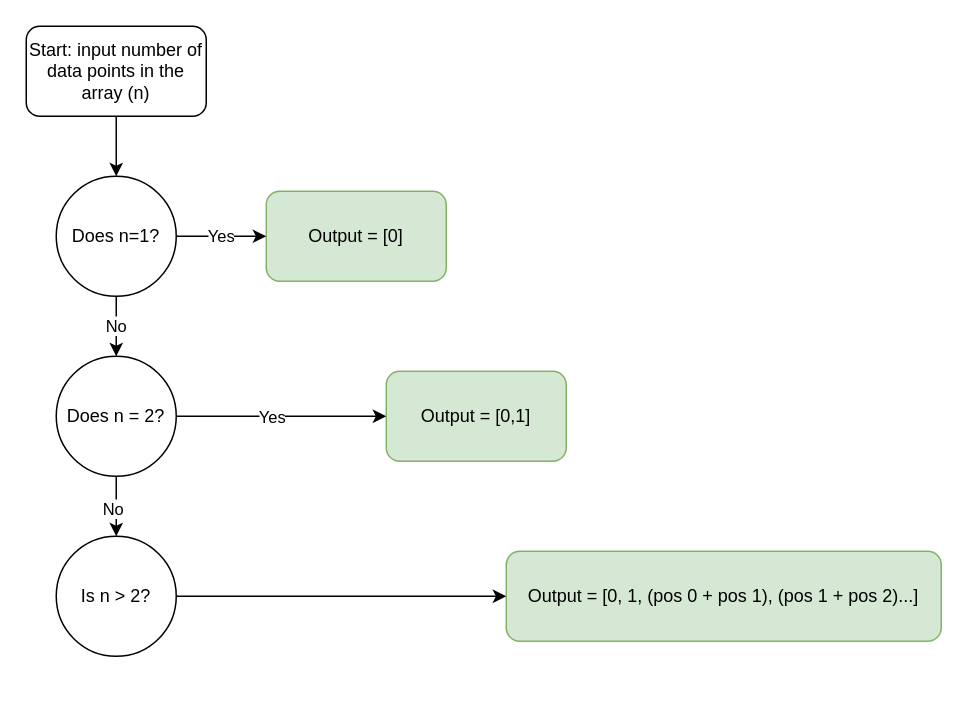
Before: Untitled Diagram.drawio in saralutes/Web_Development_2022_Bootcamp_Lessons, a draw.io diagram. Source tidied: cells renumbered, new cells numbered last; positions are measured from the earlier drawing's top-left corner, leaving out a move shared by most shapes. Both pictures are drawn from the tidied source at 150%, with x=0, y=0 at pixel (26, 26).
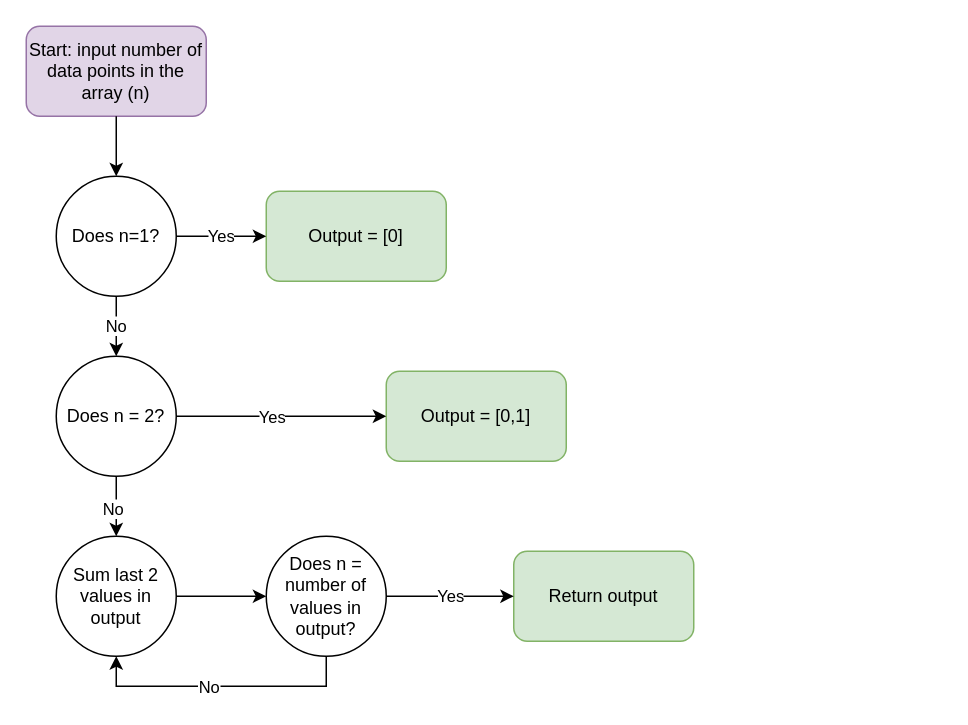
After the change.

What changed in the source:
```diff
@@
-    <mxCell id="2" value="Start: input number of data points in the array (n)" style="rounded=1;whiteSpace=wrap;html=1;" parent="1" vertex="1">
+    <mxCell id="2" value="Start: input number of data points in the array (n)" style="rounded=1;whiteSpace=wrap;html=1;fillColor=#e1d5e7;strokeColor=#9673a6;" parent="1" vertex="1">
       <mxGeometry width="120" height="60" as="geometry" />
     </mxCell>
@@
-    <mxCell id="12" value="Is n &amp;gt; 2?" style="ellipse;whiteSpace=wrap;html=1;" parent="1" vertex="1">
+    <mxCell id="12" value="Sum last 2 values in output" style="ellipse;whiteSpace=wrap;html=1;" parent="1" vertex="1">
       <mxGeometry x="20" y="340" width="80" height="80" as="geometry" />
     </mxCell>
@@
-    <mxCell id="15" value="Output = [0, 1, (pos 0 + pos 1), (pos 1 + pos 2)...]" style="rounded=1;whiteSpace=wrap;html=1;fillColor=#d5e8d4;strokeColor=#82b366;" parent="1" vertex="1">
-      <mxGeometry x="320" y="350" width="290" height="60" as="geometry" />
-    </mxCell>
-    <mxCell id="16" style="endArrow=classic;html=1;rounded=0;exitX=1;exitY=0.5;exitDx=0;exitDy=0;entryX=0;entryY=0.5;entryDx=0;entryDy=0;" parent="1" edge="1" source="12" target="15">
-      <mxGeometry relative="1" as="geometry" />
-    </mxCell>
+    <mxCell id="17" style="edgeStyle=orthogonalEdgeStyle;rounded=0;jettySize=auto;html=1;exitX=0.5;exitY=1;exitDx=0;exitDy=0;entryX=0.5;entryY=1;entryDx=0;entryDy=0;" parent="1" edge="1" source="19" target="12">
+      <mxGeometry relative="1" as="geometry" />
+    </mxCell>
+    <mxCell id="18" value="No" style="edgeLabel;html=1;align=center;verticalAlign=middle;" parent="17" vertex="1">
+      <mxGeometry x="0.1" relative="1" as="geometry" />
+    </mxCell>
+    <mxCell id="19" value="Does n = number of values in output?" style="ellipse;whiteSpace=wrap;html=1;" parent="1" vertex="1">
+      <mxGeometry x="160" y="340" width="80" height="80" as="geometry" />
+    </mxCell>
+    <mxCell id="20" style="endArrow=classic;html=1;rounded=0;exitX=1;exitY=0.5;exitDx=0;exitDy=0;entryX=0;entryY=0.5;entryDx=0;entryDy=0;" parent="1" edge="1" source="12" target="19">
+      <mxGeometry relative="1" as="geometry" />
+    </mxCell>
+    <mxCell id="21" value="Return output" style="rounded=1;whiteSpace=wrap;html=1;fillColor=#d5e8d4;strokeColor=#82b366;" parent="1" vertex="1">
+      <mxGeometry x="325" y="350" width="120" height="60" as="geometry" />
+    </mxCell>
+    <mxCell id="22" value="Yes" style="endArrow=classic;html=1;rounded=0;exitX=1;exitY=0.5;exitDx=0;exitDy=0;entryX=0;entryY=0.5;entryDx=0;entryDy=0;" parent="1" edge="1" source="19" target="21">
+      <mxGeometry relative="1" as="geometry" />
+    </mxCell>
```
